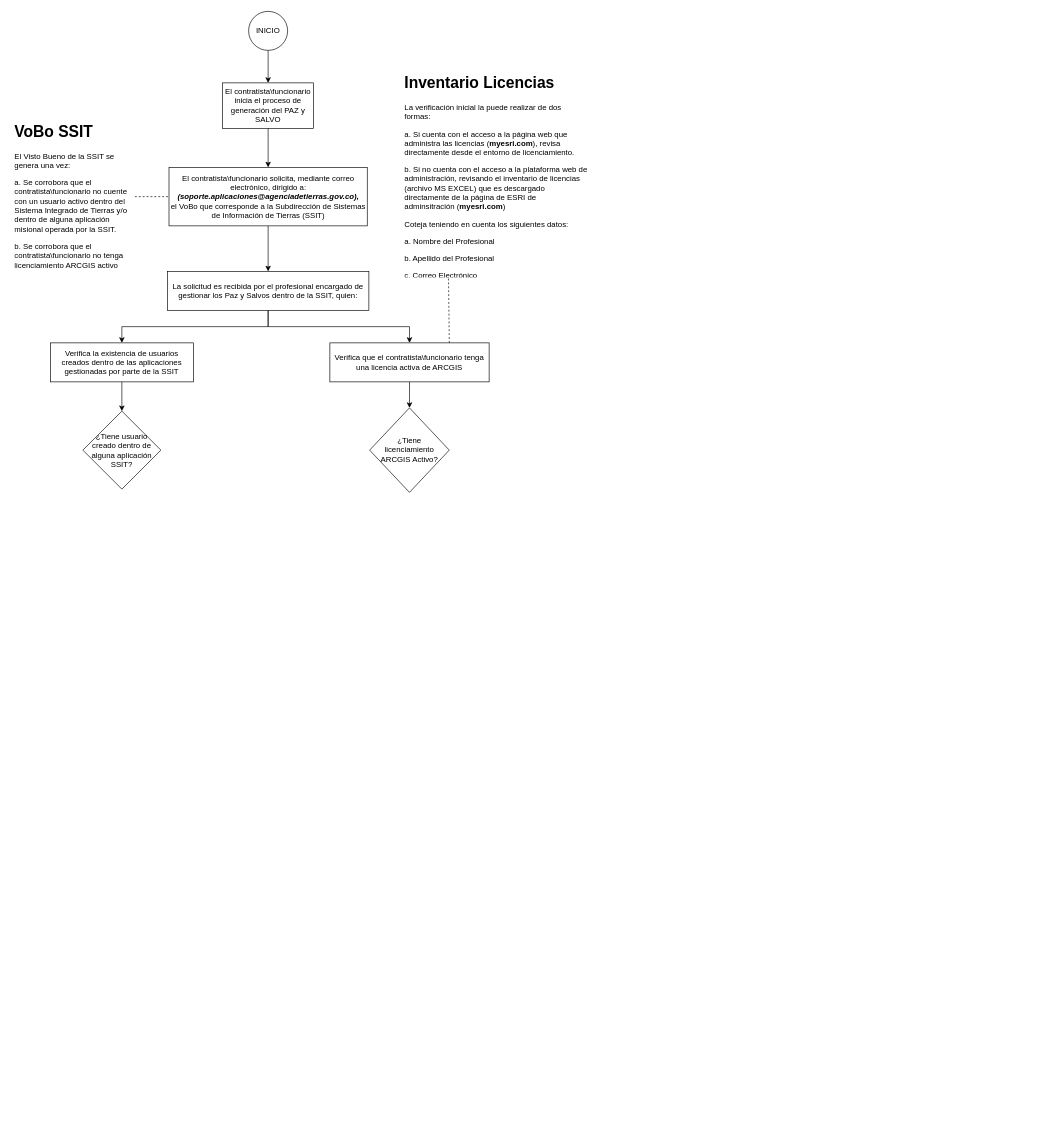
The draw.io diagram ProcedimientoPazSalvo_SSIT.drawio in rjsaby/FlujoProcesos, before the edit. Source tidied: cells renumbered, new cells numbered last; positions are measured from the earlier drawing's top-left corner, leaving out a move shared by most shapes. Both pictures are drawn from the tidied source at 65%, with x=0, y=0 at pixel (11, 11).
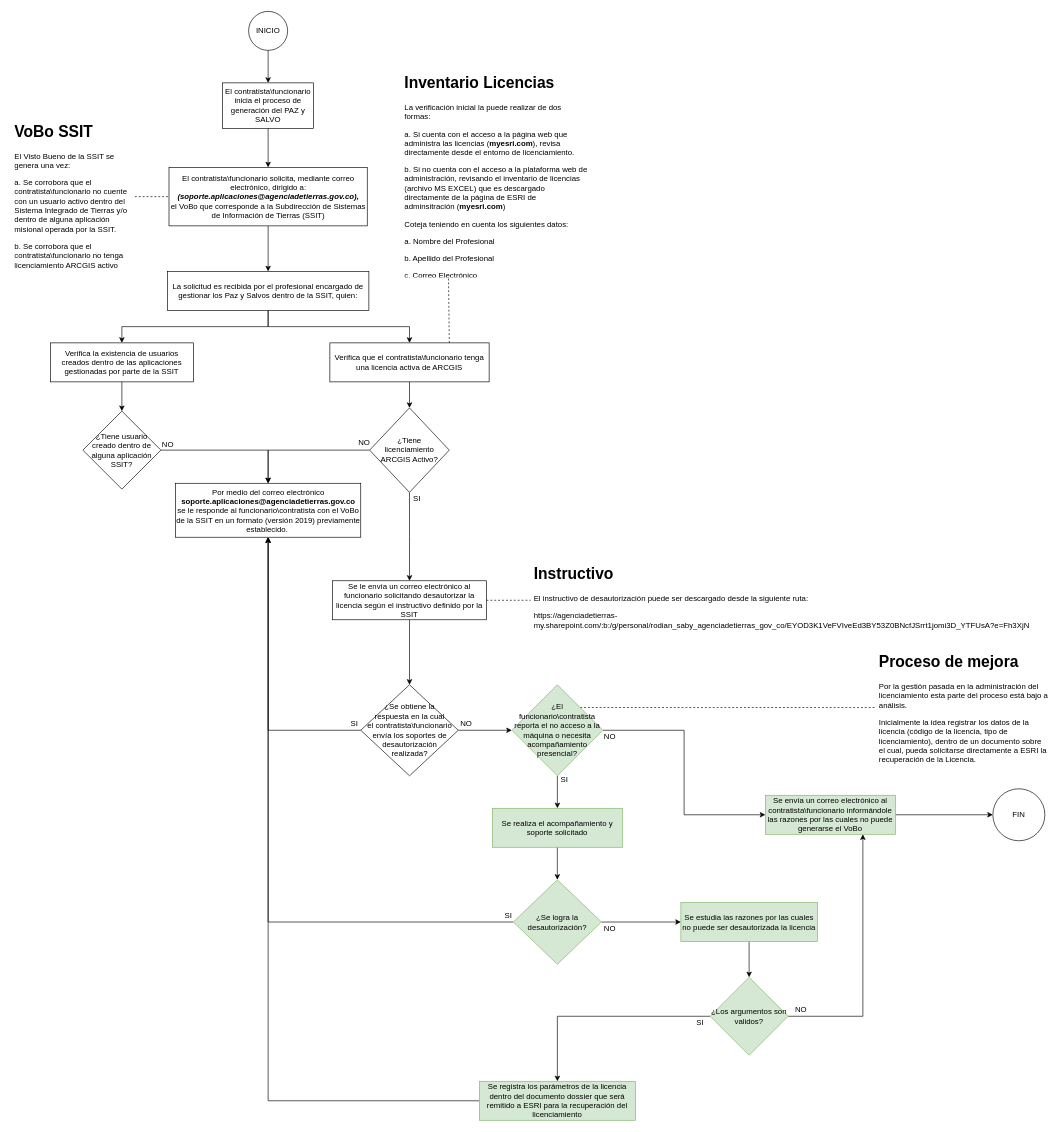
The same diagram, later.

Unchanged cells that the change refers to:
```xml
<mxCell id="17" value="¿Tiene&lt;br&gt;licenciamiento &lt;br&gt;ARCGIS Activo?" style="rhombus;whiteSpace=wrap;html=1;" parent="1" vertex="1">
  <mxGeometry x="551.2" y="610" width="122.5" height="130" as="geometry" />
</mxCell>
<mxCell id="20" value="¿Tiene usuario creado dentro de alguna aplicación SSIT?" style="rhombus;whiteSpace=wrap;html=1;" parent="1" vertex="1">
  <mxGeometry x="110" y="615" width="120" height="120" as="geometry" />
</mxCell>
```

What changed in the source:
```diff
@@
+    <mxCell id="21" style="edgeStyle=orthogonalEdgeStyle;rounded=0;jettySize=auto;html=1;entryX=0.5;entryY=0;entryDx=0;entryDy=0;" parent="1" edge="1" source="17" target="24">
+      <mxGeometry relative="1" as="geometry" />
+    </mxCell>
+    <mxCell id="22" style="edgeStyle=orthogonalEdgeStyle;rounded=0;jettySize=auto;html=1;entryX=0.5;entryY=0;entryDx=0;entryDy=0;" parent="1" edge="1" source="17" target="28">
+      <mxGeometry relative="1" as="geometry" />
+    </mxCell>
@@
+    <mxCell id="23" style="edgeStyle=orthogonalEdgeStyle;rounded=0;jettySize=auto;html=1;entryX=0.5;entryY=0;entryDx=0;entryDy=0;" parent="1" edge="1" source="20" target="24">
+      <mxGeometry relative="1" as="geometry" />
+    </mxCell>
@@
+    <mxCell id="24" value="Por medio del correo electrónico&lt;br&gt;&lt;b&gt;soporte.aplicaciones@agenciadetierras.gov.co&lt;/b&gt;&lt;br&gt;se le responde al funcionario\contratista con el VoBo de la SSIT en un formato (versión 2019) previamente establecido.&amp;nbsp;" style="rounded=0;whiteSpace=wrap;html=1;" parent="1" vertex="1">
+      <mxGeometry x="252.5" y="726" width="285" height="83" as="geometry" />
+    </mxCell>
+    <mxCell id="25" value="NO" style="text;html=1;strokeColor=none;fillColor=none;align=center;verticalAlign=middle;whiteSpace=wrap;rounded=0;" parent="1" vertex="1">
+      <mxGeometry x="221" y="656" width="40" height="20" as="geometry" />
+    </mxCell>
+    <mxCell id="26" value="NO" style="text;html=1;strokeColor=none;fillColor=none;align=center;verticalAlign=middle;whiteSpace=wrap;rounded=0;" parent="1" vertex="1">
+      <mxGeometry x="523.2" y="654" width="40" height="20" as="geometry" />
+    </mxCell>
+    <mxCell id="27" style="edgeStyle=orthogonalEdgeStyle;rounded=0;jettySize=auto;html=1;entryX=0.5;entryY=0;entryDx=0;entryDy=0;" parent="1" edge="1" source="28" target="34">
+      <mxGeometry relative="1" as="geometry" />
+    </mxCell>
+    <mxCell id="28" value="Se le envía un correo electrónico al funcionario solicitando desautorizar la licencia según el instructivo definido por la SSIT" style="rounded=0;whiteSpace=wrap;html=1;" parent="1" vertex="1">
+      <mxGeometry x="494.1" y="876" width="236.8" height="60" as="geometry" />
+    </mxCell>
+    <mxCell id="29" value="&lt;h1&gt;Instructivo&lt;/h1&gt;&lt;p&gt;El instructivo de desautorización puede ser descargado desde la siguiente ruta:&lt;/p&gt;&lt;p&gt;https://agenciadetierras-my.sharepoint.com/:b:/g/personal/rodian_saby_agenciadetierras_gov_co/EYOD3K1VeFVIveEd3BY53Z0BNcfJSrrt1jomi3D_YTFUsA?e=Fh3XjN&lt;br&gt;&lt;/p&gt;&lt;p&gt;&lt;br&gt;&lt;/p&gt;" style="text;html=1;strokeColor=none;fillColor=none;spacing=5;spacingTop=-20;whiteSpace=wrap;overflow=hidden;rounded=0;" parent="1" vertex="1">
+      <mxGeometry x="799" y="846" width="781" height="120" as="geometry" />
+    </mxCell>
+    <mxCell id="30" style="endArrow=none;dashed=1;html=1;exitX=1;exitY=0.5;exitDx=0;exitDy=0;" parent="1" edge="1" source="28" target="29">
+      <mxGeometry relative="1" as="geometry" />
+    </mxCell>
+    <mxCell id="31" value="SI" style="text;html=1;strokeColor=none;fillColor=none;align=center;verticalAlign=middle;whiteSpace=wrap;rounded=0;" parent="1" vertex="1">
+      <mxGeometry x="604" y="740" width="40" height="20" as="geometry" />
+    </mxCell>
+    <mxCell id="32" style="edgeStyle=orthogonalEdgeStyle;rounded=0;jettySize=auto;html=1;entryX=0.5;entryY=1;entryDx=0;entryDy=0;" parent="1" edge="1" source="34" target="24">
+      <mxGeometry relative="1" as="geometry">
+        <Array as="points">
+          <mxPoint x="395" y="1106" />
+        </Array>
+      </mxGeometry>
+    </mxCell>
+    <mxCell id="33" style="edgeStyle=orthogonalEdgeStyle;rounded=0;jettySize=auto;html=1;" parent="1" edge="1" source="34" target="49">
+      <mxGeometry relative="1" as="geometry" />
+    </mxCell>
+    <mxCell id="34" value="&lt;span&gt;¿Se obtiene la &lt;br&gt;respuesta en la cual&lt;br&gt;el contratista\funcionario &lt;br&gt;envía los soportes de desautorización &lt;br&gt;realizada?&lt;/span&gt;" style="rhombus;whiteSpace=wrap;html=1;" parent="1" vertex="1">
+      <mxGeometry x="537.5" y="1036" width="150" height="140" as="geometry" />
+    </mxCell>
+    <mxCell id="35" value="&lt;h1&gt;Proceso de mejora&lt;/h1&gt;&lt;p&gt;Por la gestión pasada en la administración del licenciamiento esta parte del proceso está bajo a análisis.&amp;nbsp;&lt;/p&gt;&lt;p&gt;Inicialmente la idea registrar los datos de la licencia (código de la licencia, tipo de licenciamiento), dentro de un documento sobre el cual, pueda solicitarse directamente a ESRI la recuperación de la Licencia.&lt;/p&gt;" style="text;html=1;strokeColor=none;fillColor=none;spacing=5;spacingTop=-20;whiteSpace=wrap;overflow=hidden;rounded=0;" parent="1" vertex="1">
+      <mxGeometry x="1330" y="981" width="270" height="180" as="geometry" />
+    </mxCell>
+    <mxCell id="36" style="edgeStyle=orthogonalEdgeStyle;rounded=0;jettySize=auto;html=1;entryX=0.5;entryY=0;entryDx=0;entryDy=0;" parent="1" edge="1" source="37" target="40">
+      <mxGeometry relative="1" as="geometry" />
+    </mxCell>
+    <mxCell id="37" value="Se estudia las razones por las cuales no puede ser desautorizada la licencia" style="rounded=0;whiteSpace=wrap;html=1;fillColor=#d5e8d4;strokeColor=#82b366;" parent="1" vertex="1">
+      <mxGeometry x="1030" y="1371" width="210" height="60" as="geometry" />
+    </mxCell>
+    <mxCell id="38" style="edgeStyle=orthogonalEdgeStyle;rounded=0;jettySize=auto;html=1;" parent="1" edge="1" source="40" target="42">
+      <mxGeometry relative="1" as="geometry" />
+    </mxCell>
+    <mxCell id="39" style="edgeStyle=orthogonalEdgeStyle;rounded=0;jettySize=auto;html=1;entryX=0.75;entryY=1;entryDx=0;entryDy=0;" parent="1" edge="1" source="40" target="59">
+      <mxGeometry relative="1" as="geometry">
+        <Array as="points">
+          <mxPoint x="1310" y="1546" />
+        </Array>
+      </mxGeometry>
+    </mxCell>
+    <mxCell id="40" value="¿Los argumentos son validos?" style="rhombus;whiteSpace=wrap;html=1;fillColor=#d5e8d4;strokeColor=#82b366;" parent="1" vertex="1">
+      <mxGeometry x="1075" y="1486" width="120" height="120" as="geometry" />
+    </mxCell>
+    <mxCell id="41" style="edgeStyle=orthogonalEdgeStyle;rounded=0;jettySize=auto;html=1;entryX=0.5;entryY=1;entryDx=0;entryDy=0;" parent="1" edge="1" source="42" target="24">
+      <mxGeometry relative="1" as="geometry" />
+    </mxCell>
+    <mxCell id="42" value="Se registra los parámetros de la licencia dentro del documento dossier que será remitido a ESRI para la recuperación del licenciamiento" style="rounded=0;whiteSpace=wrap;html=1;fillColor=#d5e8d4;strokeColor=#82b366;" parent="1" vertex="1">
+      <mxGeometry x="720" y="1646" width="240" height="60" as="geometry" />
+    </mxCell>
+    <mxCell id="43" value="SI" style="text;html=1;strokeColor=none;fillColor=none;align=center;verticalAlign=middle;whiteSpace=wrap;rounded=0;" parent="1" vertex="1">
+      <mxGeometry x="507.5" y="1086" width="40" height="20" as="geometry" />
+    </mxCell>
+    <mxCell id="44" value="NO" style="text;html=1;strokeColor=none;fillColor=none;align=center;verticalAlign=middle;whiteSpace=wrap;rounded=0;" parent="1" vertex="1">
+      <mxGeometry x="680" y="1086" width="40" height="20" as="geometry" />
+    </mxCell>
+    <mxCell id="45" value="NO" style="text;html=1;strokeColor=none;fillColor=none;align=center;verticalAlign=middle;whiteSpace=wrap;rounded=0;" parent="1" vertex="1">
+      <mxGeometry x="901" y="1106" width="40" height="20" as="geometry" />
+    </mxCell>
+    <mxCell id="46" style="endArrow=none;dashed=1;html=1;exitX=1;exitY=0;exitDx=0;exitDy=0;entryX=0;entryY=0.5;entryDx=0;entryDy=0;" parent="1" edge="1" target="35">
+      <mxGeometry relative="1" as="geometry">
+        <mxPoint x="875" y="1071" as="sourcePoint" />
+      </mxGeometry>
+    </mxCell>
+    <mxCell id="47" style="edgeStyle=orthogonalEdgeStyle;rounded=0;jettySize=auto;html=1;entryX=0.5;entryY=0;entryDx=0;entryDy=0;" parent="1" edge="1" source="49" target="53">
+      <mxGeometry relative="1" as="geometry" />
+    </mxCell>
+    <mxCell id="48" style="edgeStyle=orthogonalEdgeStyle;rounded=0;jettySize=auto;html=1;entryX=0;entryY=0.5;entryDx=0;entryDy=0;" parent="1" edge="1" source="49" target="59">
+      <mxGeometry relative="1" as="geometry" />
+    </mxCell>
+    <mxCell id="49" value="¿El &lt;br&gt;funcionario\contratista&lt;br&gt;reporta el no acceso a la máquina o&amp;nbsp;necesita acompañamiento&lt;br&gt;presencial?" style="rhombus;whiteSpace=wrap;html=1;fillColor=#d5e8d4;strokeColor=#82b366;" parent="1" vertex="1">
+      <mxGeometry x="770" y="1036" width="140" height="140" as="geometry" />
+    </mxCell>
+    <mxCell id="50" value="SI" style="text;html=1;strokeColor=none;fillColor=none;align=center;verticalAlign=middle;whiteSpace=wrap;rounded=0;" parent="1" vertex="1">
+      <mxGeometry x="1040" y="1546" width="40" height="20" as="geometry" />
+    </mxCell>
+    <mxCell id="51" value="NO" style="text;html=1;strokeColor=none;fillColor=none;align=center;verticalAlign=middle;whiteSpace=wrap;rounded=0;" parent="1" vertex="1">
+      <mxGeometry x="1195" y="1526" width="40" height="20" as="geometry" />
+    </mxCell>
+    <mxCell id="52" style="edgeStyle=orthogonalEdgeStyle;rounded=0;jettySize=auto;html=1;entryX=0.5;entryY=0;entryDx=0;entryDy=0;" parent="1" edge="1" source="53" target="56">
+      <mxGeometry relative="1" as="geometry" />
+    </mxCell>
+    <mxCell id="53" value="Se realiza el acompañamiento y soporte solicitado" style="rounded=0;whiteSpace=wrap;html=1;fillColor=#d5e8d4;strokeColor=#82b366;" parent="1" vertex="1">
+      <mxGeometry x="740" y="1226" width="200" height="60" as="geometry" />
+    </mxCell>
+    <mxCell id="54" style="edgeStyle=orthogonalEdgeStyle;rounded=0;jettySize=auto;html=1;entryX=0.5;entryY=1;entryDx=0;entryDy=0;" parent="1" edge="1" source="56" target="24">
+      <mxGeometry relative="1" as="geometry" />
+    </mxCell>
+    <mxCell id="55" style="edgeStyle=orthogonalEdgeStyle;rounded=0;jettySize=auto;html=1;entryX=0;entryY=0.5;entryDx=0;entryDy=0;" parent="1" edge="1" source="56" target="37">
+      <mxGeometry relative="1" as="geometry" />
+    </mxCell>
+    <mxCell id="56" value="¿Se logra la&lt;br&gt;desautorización?" style="rhombus;whiteSpace=wrap;html=1;fillColor=#d5e8d4;strokeColor=#82b366;" parent="1" vertex="1">
+      <mxGeometry x="772.2" y="1336" width="135.5" height="130" as="geometry" />
+    </mxCell>
+    <mxCell id="57" value="SI" style="text;html=1;strokeColor=none;fillColor=none;align=center;verticalAlign=middle;whiteSpace=wrap;rounded=0;" parent="1" vertex="1">
+      <mxGeometry x="831" y="1172" width="40" height="20" as="geometry" />
+    </mxCell>
+    <mxCell id="58" style="edgeStyle=orthogonalEdgeStyle;rounded=0;jettySize=auto;html=1;entryX=0;entryY=0.5;entryDx=0;entryDy=0;" parent="1" edge="1" source="59" target="60">
+      <mxGeometry relative="1" as="geometry" />
+    </mxCell>
+    <mxCell id="59" value="Se envía un correo electrónico al contratista\funcionario informándole&lt;br&gt;las razones por las cuales no puede generarse el VoBo" style="rounded=0;whiteSpace=wrap;html=1;fillColor=#d5e8d4;strokeColor=#82b366;" parent="1" vertex="1">
+      <mxGeometry x="1160" y="1206" width="200" height="60" as="geometry" />
+    </mxCell>
+    <mxCell id="60" value="FIN" style="ellipse;whiteSpace=wrap;html=1;" parent="1" vertex="1">
+      <mxGeometry x="1510" y="1196" width="80" height="80" as="geometry" />
+    </mxCell>
+    <mxCell id="61" value="SI" style="text;html=1;strokeColor=none;fillColor=none;align=center;verticalAlign=middle;whiteSpace=wrap;rounded=0;" parent="1" vertex="1">
+      <mxGeometry x="745" y="1382" width="40" height="20" as="geometry" />
+    </mxCell>
+    <mxCell id="62" value="NO" style="text;html=1;strokeColor=none;fillColor=none;align=center;verticalAlign=middle;whiteSpace=wrap;rounded=0;" parent="1" vertex="1">
+      <mxGeometry x="901" y="1402" width="40" height="20" as="geometry" />
+    </mxCell>
```
